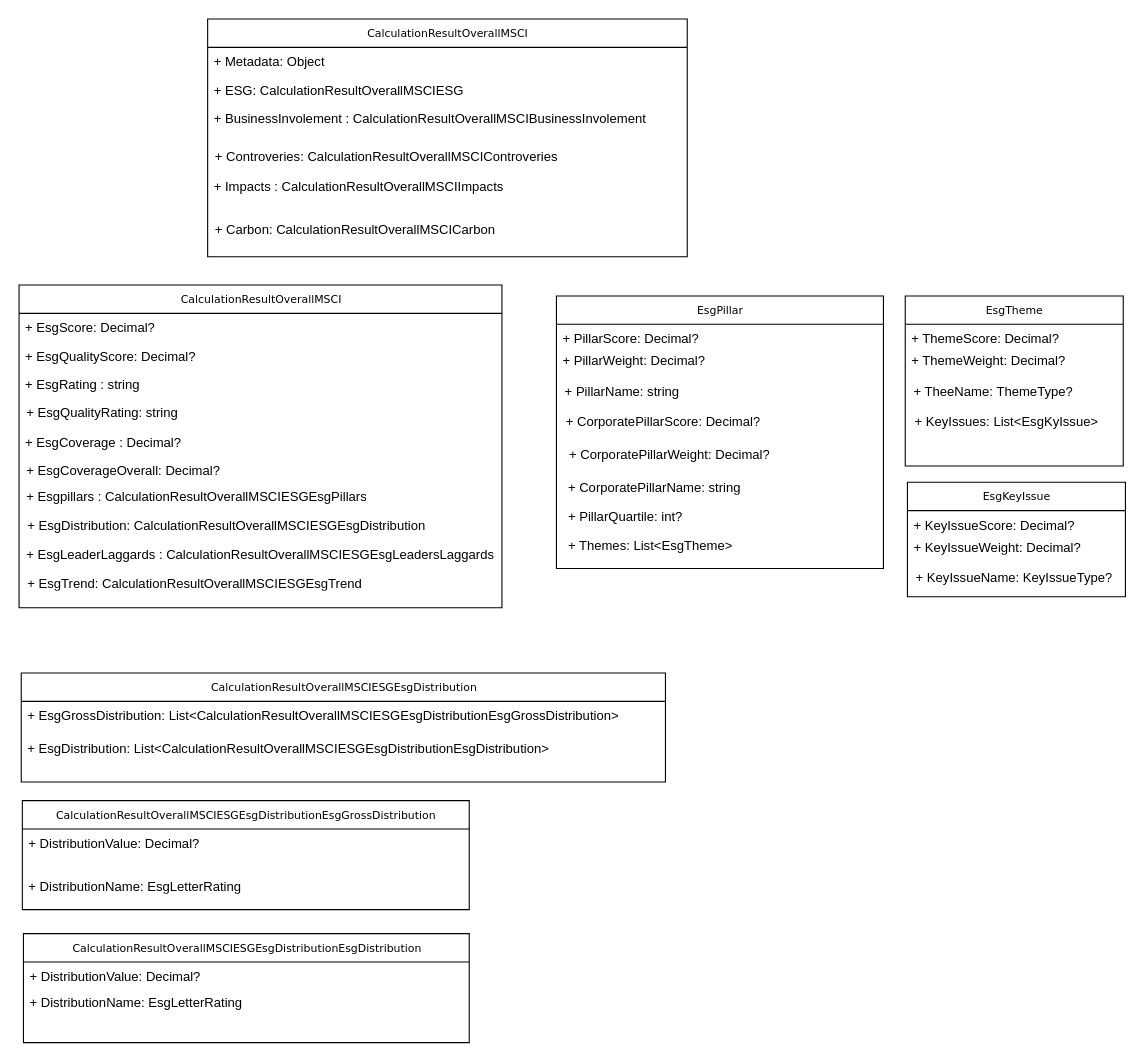
The draw.io diagram page "CalculationResultOverallMSCI" (2 of 2) of Untitled Diagram.drawio in Ajijulhoque/PlusDocDesigns, before the edit. Source tidied: cells renumbered, new cells numbered last; positions are measured from the earlier drawing's top-left corner, leaving out a move shared by most shapes. Both pictures are drawn from the tidied source at 109%, with x=0, y=0 at pixel (19, 19).
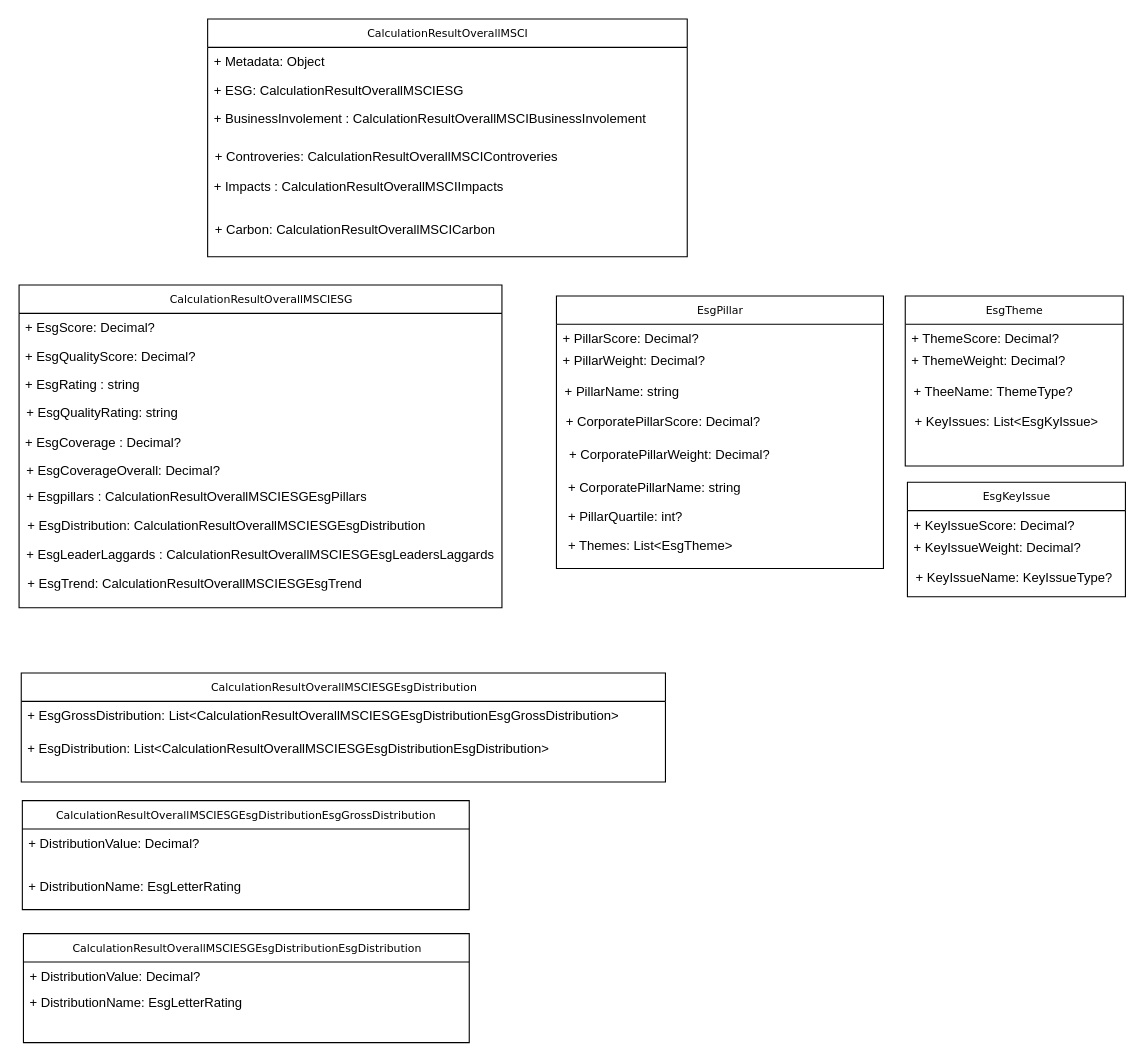
The same page after the edit.

What changed in the source:
```diff
@@
-    <mxCell id="9" value="CalculationResultOverallMSCI" style="swimlane;html=1;fontStyle=0;horizontal=1;startSize=26;fillColor=none;swimlaneFillColor=#ffffff;rounded=0;shadow=0;comic=0;labelBackgroundColor=none;strokeWidth=1;fontFamily=Verdana;fontSize=10;align=center;" parent="1" vertex="1">
+    <mxCell id="9" value="CalculationResultOverallMSCIESG" style="swimlane;html=1;fontStyle=0;horizontal=1;startSize=26;fillColor=none;swimlaneFillColor=#ffffff;rounded=0;shadow=0;comic=0;labelBackgroundColor=none;strokeWidth=1;fontFamily=Verdana;fontSize=10;align=center;" parent="1" vertex="1">
       <mxGeometry y="244" width="443" height="296" as="geometry" />
     </mxCell>
```
